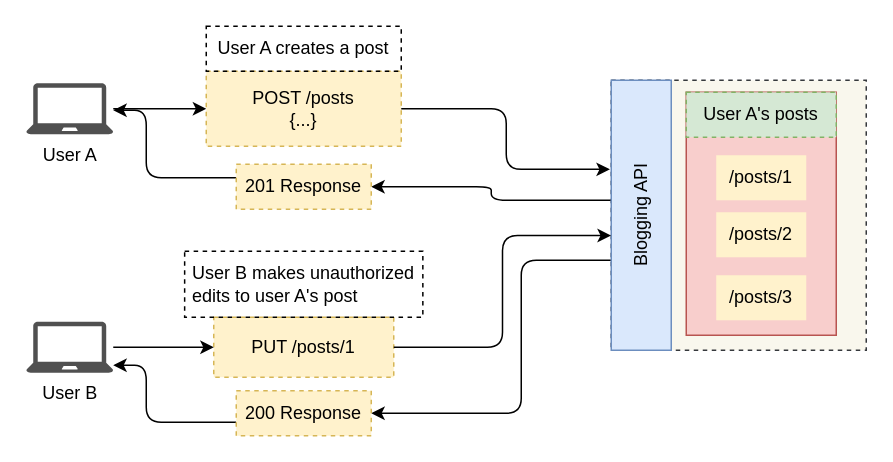
This is page "4.1" (1 of 28) of ch04.drawio from abunuwas/api-sec-book-imgs, a draw.io file, before an edit. Source tidied: cells renumbered, new cells numbered last; positions are measured from the earlier drawing's top-left corner, leaving out a move shared by most shapes. Both pictures are drawn from the tidied source at 150%, with x=0, y=0 at pixel (26, 26).
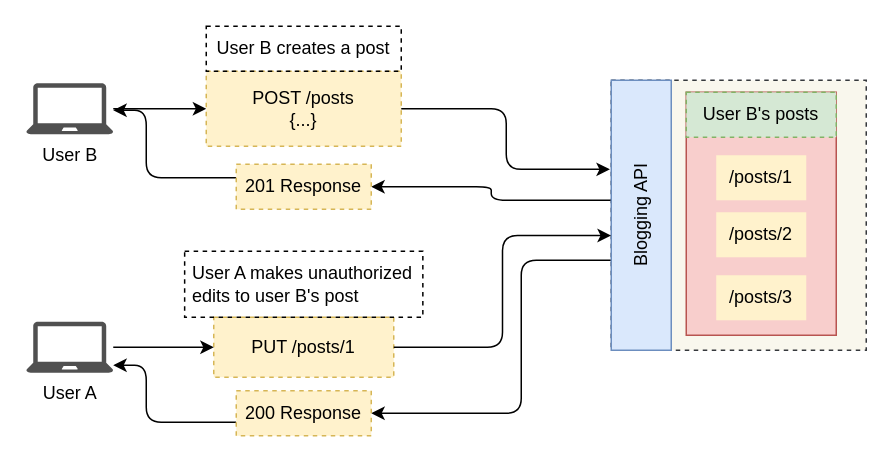
The same page after the edit.

What changed in the source:
```diff
@@
-    <mxCell id="7" value="User A" style="sketch=0;shadow=0;dashed=0;html=1;strokeColor=none;fillColor=#505050;labelPosition=center;verticalLabelPosition=bottom;verticalAlign=top;outlineConnect=0;align=center;shape=mxgraph.office.devices.laptop;dashPattern=1 1;fontFamily=Helvetica;" parent="1" vertex="1">
+    <mxCell id="7" value="User B" style="sketch=0;shadow=0;dashed=0;html=1;strokeColor=none;fillColor=#505050;labelPosition=center;verticalLabelPosition=bottom;verticalAlign=top;outlineConnect=0;align=center;shape=mxgraph.office.devices.laptop;dashPattern=1 1;fontFamily=Helvetica;" parent="1" vertex="1">
       <mxGeometry y="38" width="58" height="34" as="geometry" />
     </mxCell>
@@
-    <mxCell id="10" value="User A creates a post" style="text;html=1;strokeColor=default;fillColor=none;align=center;verticalAlign=middle;whiteSpace=wrap;rounded=0;fontFamily=Helvetica;dashed=1;" parent="1" vertex="1">
+    <mxCell id="10" value="User B creates a post" style="text;html=1;strokeColor=default;fillColor=none;align=center;verticalAlign=middle;whiteSpace=wrap;rounded=0;fontFamily=Helvetica;dashed=1;" parent="1" vertex="1">
       <mxGeometry x="120" width="130" height="30" as="geometry" />
     </mxCell>
-    <mxCell id="11" value="User B makes unauthorized edits to user A's post" style="text;html=1;strokeColor=default;fillColor=none;align=left;verticalAlign=middle;whiteSpace=wrap;rounded=0;fontFamily=Helvetica;dashed=1;spacingLeft=3;" parent="1" vertex="1">
+    <mxCell id="11" value="User A makes unauthorized edits to user B's post" style="text;html=1;strokeColor=default;fillColor=none;align=left;verticalAlign=middle;whiteSpace=wrap;rounded=0;fontFamily=Helvetica;dashed=1;spacingLeft=3;" parent="1" vertex="1">
       <mxGeometry x="105.6" y="150" width="158.8" height="44" as="geometry" />
     </mxCell>
@@
-    <mxCell id="13" value="User B" style="sketch=0;shadow=0;dashed=0;html=1;strokeColor=none;fillColor=#505050;labelPosition=center;verticalLabelPosition=bottom;verticalAlign=top;outlineConnect=0;align=center;shape=mxgraph.office.devices.laptop;dashPattern=1 1;fontFamily=Helvetica;" parent="1" vertex="1">
+    <mxCell id="13" value="User A" style="sketch=0;shadow=0;dashed=0;html=1;strokeColor=none;fillColor=#505050;labelPosition=center;verticalLabelPosition=bottom;verticalAlign=top;outlineConnect=0;align=center;shape=mxgraph.office.devices.laptop;dashPattern=1 1;fontFamily=Helvetica;" parent="1" vertex="1">
       <mxGeometry y="197" width="58" height="34" as="geometry" />
     </mxCell>
@@
-    <mxCell id="18" value="User A's posts" style="text;html=1;strokeColor=#82b366;fillColor=#d5e8d4;align=center;verticalAlign=middle;whiteSpace=wrap;rounded=0;dashed=1;fontFamily=Helvetica;" parent="1" vertex="1">
+    <mxCell id="18" value="User B's posts" style="text;html=1;strokeColor=#82b366;fillColor=#d5e8d4;align=center;verticalAlign=middle;whiteSpace=wrap;rounded=0;dashed=1;fontFamily=Helvetica;" parent="1" vertex="1">
       <mxGeometry x="440" y="44" width="100" height="30" as="geometry" />
     </mxCell>
```
